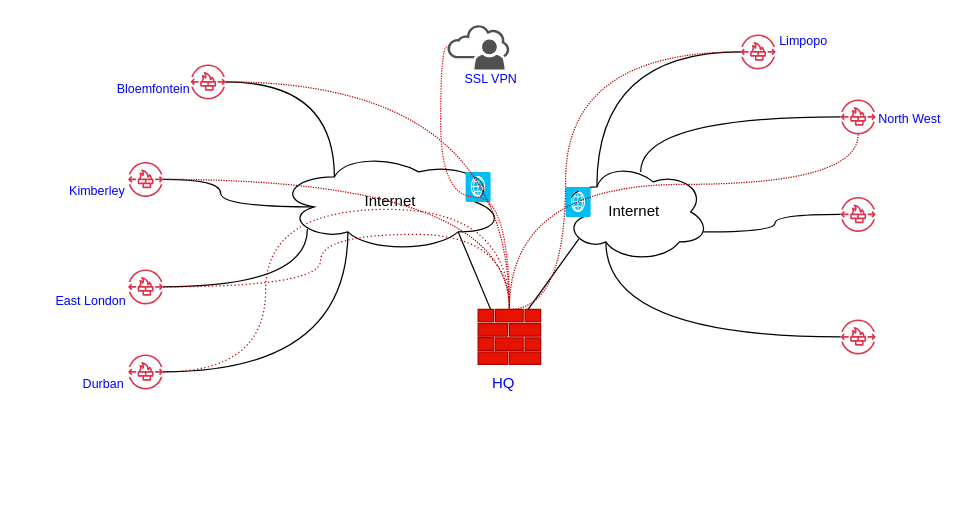
Above: HDA SDWAN.drawio in kennedyjombo/intro-to-me (draw.io), before the change. Source tidied: cells renumbered, new cells numbered last; positions are measured from the earlier drawing's top-left corner, leaving out a move shared by most shapes. Both pictures are drawn from the tidied source at 125%, with x=0, y=0 at pixel (40, 21).
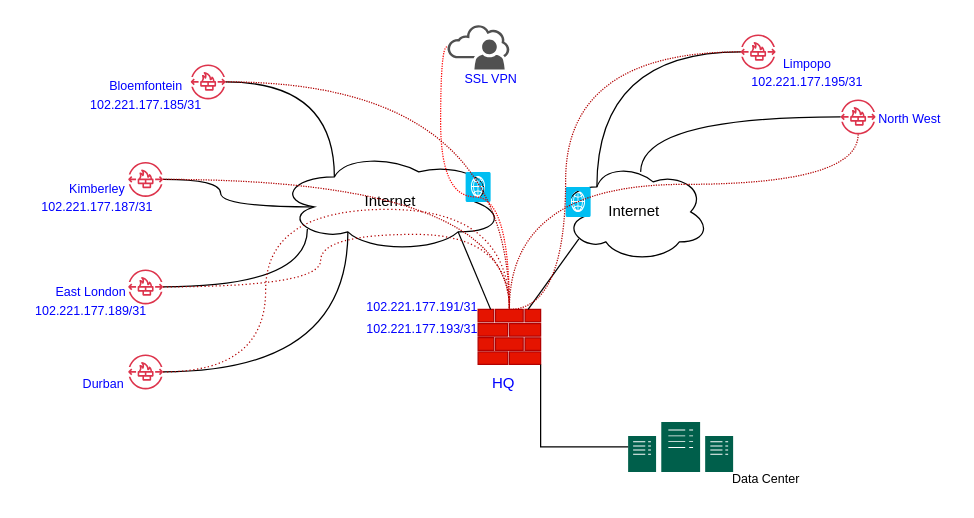
The same page after the edit.

The change refers to these unchanged cells:
```xml
<mxCell id="11" style="sketch=0;shadow=0;dashed=0;html=1;strokeColor=#B20000;labelPosition=center;verticalLabelPosition=bottom;verticalAlign=top;align=center;fillColor=#e51400;shape=mxgraph.mscae.enterprise.firewall;fontColor=#ffffff;" parent="1" vertex="1">
  <mxGeometry x="350" y="230" width="50" height="44" as="geometry" />
</mxCell>
<mxCell id="13" value="Internet" style="ellipse;shape=cloud;whiteSpace=wrap;html=1;" parent="1" vertex="1">
  <mxGeometry x="415" y="112" width="120" height="80" as="geometry" />
</mxCell>
```

Change to the diagram source:
```diff
@@
-    <mxCell id="8" style="sketch=0;outlineConnect=0;fontColor=#232F3E;gradientColor=none;fillColor=#DD344C;strokeColor=none;dashed=0;verticalLabelPosition=bottom;verticalAlign=top;align=center;html=1;fontSize=12;fontStyle=0;shape=mxgraph.aws4.network_firewall_endpoints;" parent="1" vertex="1">
-      <mxGeometry x="640" y="238" width="28" height="28" as="geometry" />
-    </mxCell>
-    <mxCell id="9" style="sketch=0;outlineConnect=0;fontColor=#232F3E;gradientColor=none;fillColor=#DD344C;strokeColor=none;dashed=0;verticalLabelPosition=bottom;verticalAlign=top;align=center;html=1;fontSize=12;fontStyle=0;shape=mxgraph.aws4.network_firewall_endpoints;" parent="1" vertex="1">
-      <mxGeometry x="640" y="140" width="28" height="28" as="geometry" />
-    </mxCell>
@@
-    <mxCell id="16" style="edgeStyle=orthogonalEdgeStyle;rounded=0;jettySize=auto;html=1;entryX=0.96;entryY=0.7;entryDx=0;entryDy=0;entryPerimeter=0;endArrow=none;endFill=0;curved=1;" parent="1" edge="1" source="9" target="13">
-      <mxGeometry relative="1" as="geometry" />
-    </mxCell>
-    <mxCell id="17" style="edgeStyle=orthogonalEdgeStyle;rounded=0;jettySize=auto;html=1;entryX=0.31;entryY=0.8;entryDx=0;entryDy=0;entryPerimeter=0;endArrow=none;endFill=0;curved=1;" parent="1" edge="1" source="8" target="13">
-      <mxGeometry relative="1" as="geometry" />
-    </mxCell>
@@
-    <mxCell id="31" value="&lt;font color=&quot;#0000ff&quot; style=&quot;font-size: 10px;&quot;&gt;Kimberley&lt;/font&gt;" style="text;html=1;align=center;verticalAlign=middle;strokeColor=none;fillColor=none;" parent="1" vertex="1">
-      <mxGeometry x="10" y="120" width="70" height="30" as="geometry" />
+    <mxCell id="31" value="&lt;div&gt;&lt;font color=&quot;#0000ff&quot; style=&quot;font-size: 10px;&quot;&gt;Kimberley&lt;/font&gt;&lt;/div&gt;&lt;div&gt;&lt;font color=&quot;#0000ff&quot; style=&quot;font-size: 10px;&quot;&gt;102.221.177.187/31&lt;br&gt;&lt;/font&gt;&lt;/div&gt;" style="text;html=1;align=center;verticalAlign=middle;strokeColor=none;fillColor=none;" parent="1" vertex="1">
+      <mxGeometry x="-10" y="120" width="110" height="40" as="geometry" />
     </mxCell>
-    <mxCell id="32" value="&lt;font style=&quot;font-size: 10px;&quot;&gt;&lt;font color=&quot;#0000ff&quot;&gt;East London&lt;/font&gt;&lt;br&gt;&lt;/font&gt;" style="text;html=1;align=center;verticalAlign=middle;strokeColor=none;fillColor=none;" parent="1" vertex="1">
-      <mxGeometry y="208" width="80" height="30" as="geometry" />
+    <mxCell id="32" value="&lt;div&gt;&lt;font style=&quot;font-size: 10px;&quot;&gt;&lt;font color=&quot;#0000ff&quot;&gt;East London&lt;/font&gt;&lt;/font&gt;&lt;/div&gt;&lt;div&gt;&lt;font style=&quot;font-size: 10px;&quot;&gt;&lt;font color=&quot;#0000ff&quot;&gt;102.221.177.189/31&lt;br&gt;&lt;/font&gt;&lt;/font&gt;&lt;/div&gt;" style="text;html=1;align=center;verticalAlign=middle;strokeColor=none;fillColor=none;" parent="1" vertex="1">
+      <mxGeometry x="-15" y="203" width="110" height="40" as="geometry" />
     </mxCell>
-    <mxCell id="33" value="&lt;font style=&quot;font-size: 10px;&quot; color=&quot;#0000ff&quot;&gt;Bloemfontein&lt;/font&gt;" style="text;html=1;align=center;verticalAlign=middle;strokeColor=none;fillColor=none;" parent="1" vertex="1">
-      <mxGeometry x="50" y="38" width="80" height="30" as="geometry" />
+    <mxCell id="33" value="&lt;div&gt;&lt;font style=&quot;font-size: 10px;&quot; color=&quot;#0000ff&quot;&gt;Bloemfontein&lt;/font&gt;&lt;/div&gt;&lt;div&gt;&lt;font style=&quot;font-size: 10px;&quot; color=&quot;#0000ff&quot;&gt;102.221.177.185/31&lt;br&gt;&lt;/font&gt;&lt;/div&gt;" style="text;html=1;align=center;verticalAlign=middle;strokeColor=none;fillColor=none;" parent="1" vertex="1">
+      <mxGeometry x="29" y="38" width="110" height="40" as="geometry" />
     </mxCell>
@@
-    <mxCell id="35" value="&lt;font style=&quot;font-size: 10px;&quot; color=&quot;#0000ff&quot;&gt;Limpopo&lt;/font&gt;" style="text;html=1;align=center;verticalAlign=middle;strokeColor=none;fillColor=none;" parent="1" vertex="1">
-      <mxGeometry x="580" width="60" height="30" as="geometry" />
+    <mxCell id="35" value="&lt;div&gt;&lt;font style=&quot;font-size: 10px;&quot; color=&quot;#0000ff&quot;&gt;Limpopo&lt;/font&gt;&lt;/div&gt;&lt;div&gt;&lt;font style=&quot;font-size: 10px;&quot; color=&quot;#0000ff&quot;&gt;102.221.177.195/31&lt;br&gt;&lt;/font&gt;&lt;/div&gt;" style="text;html=1;align=center;verticalAlign=middle;strokeColor=none;fillColor=none;" parent="1" vertex="1">
+      <mxGeometry x="558" y="20" width="110" height="40" as="geometry" />
     </mxCell>
@@
+    <mxCell id="41" style="sketch=0;shadow=0;dashed=0;html=1;strokeColor=none;fillColor=#005F4B;labelPosition=center;verticalLabelPosition=bottom;verticalAlign=top;align=center;outlineConnect=0;shape=mxgraph.veeam2.datacenter;" parent="1" vertex="1">
+      <mxGeometry x="470" y="320" width="84" height="40" as="geometry" />
+    </mxCell>
+    <mxCell id="42" style="edgeStyle=orthogonalEdgeStyle;rounded=0;jettySize=auto;html=1;entryX=1;entryY=1;entryDx=0;entryDy=0;entryPerimeter=0;endArrow=none;endFill=0;" parent="1" edge="1" source="41" target="11">
+      <mxGeometry relative="1" as="geometry" />
+    </mxCell>
+    <mxCell id="43" value="&lt;font style=&quot;font-size: 10px;&quot;&gt;Data Center&lt;br&gt;&lt;/font&gt;" style="text;html=1;align=center;verticalAlign=middle;strokeColor=none;fillColor=none;" parent="1" vertex="1">
+      <mxGeometry x="540" y="350" width="80" height="30" as="geometry" />
+    </mxCell>
+    <mxCell id="44" value="&lt;font style=&quot;font-size: 10px;&quot; color=&quot;#0000ff&quot;&gt;102.221.177.191/31&lt;/font&gt;" style="text;html=1;align=center;verticalAlign=middle;strokeColor=none;fillColor=none;" parent="1" vertex="1">
+      <mxGeometry x="250" y="213" width="110" height="30" as="geometry" />
+    </mxCell>
+    <mxCell id="45" value="&lt;font style=&quot;font-size: 10px;&quot; color=&quot;#0000ff&quot;&gt;102.221.177.193/31&lt;/font&gt;" style="text;html=1;align=center;verticalAlign=middle;strokeColor=none;fillColor=none;" parent="1" vertex="1">
+      <mxGeometry x="250" y="230" width="110" height="30" as="geometry" />
+    </mxCell>
```
